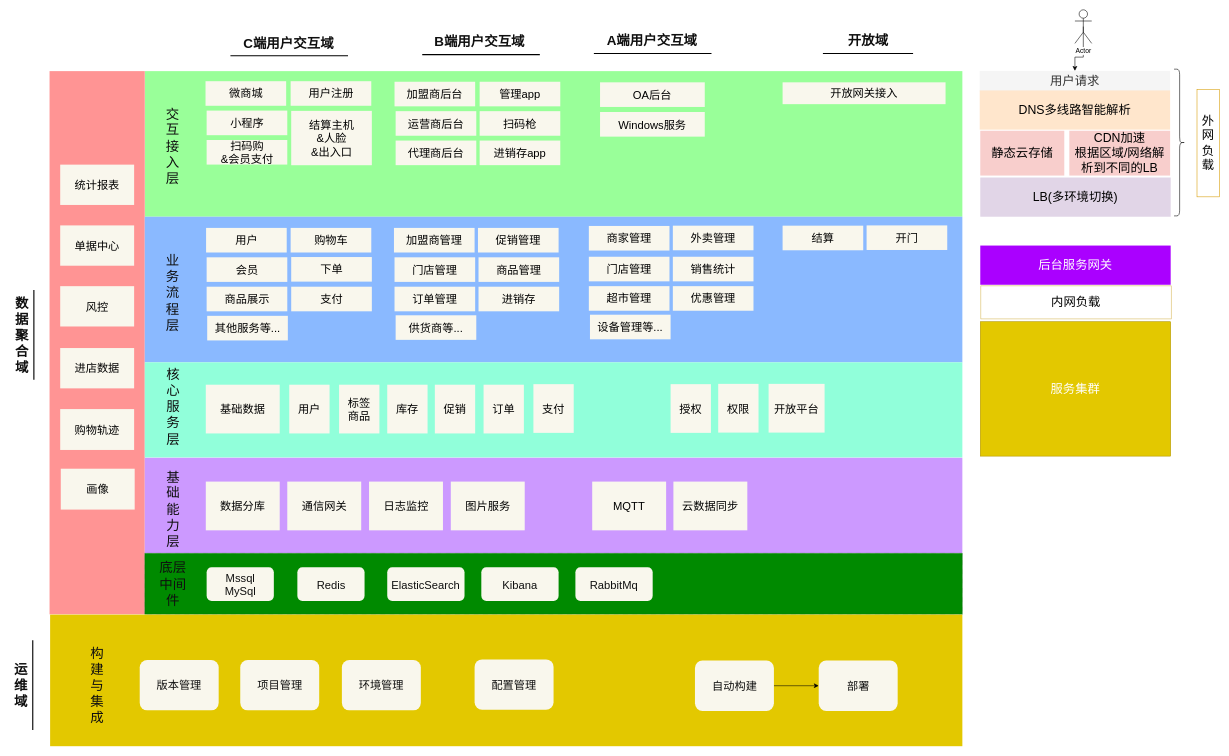
Earlier version of the draw.io diagram page "总体应用结构" (1 of 2) of DrawFiles/新版架构.drawio (Txooo/Txooo.SuperMarket). Source tidied: cells renumbered, new cells numbered last; positions are measured from the earlier drawing's top-left corner, leaving out a move shared by most shapes. Both pictures are drawn from the tidied source at 56%, with x=0, y=0 at pixel (10, 10).
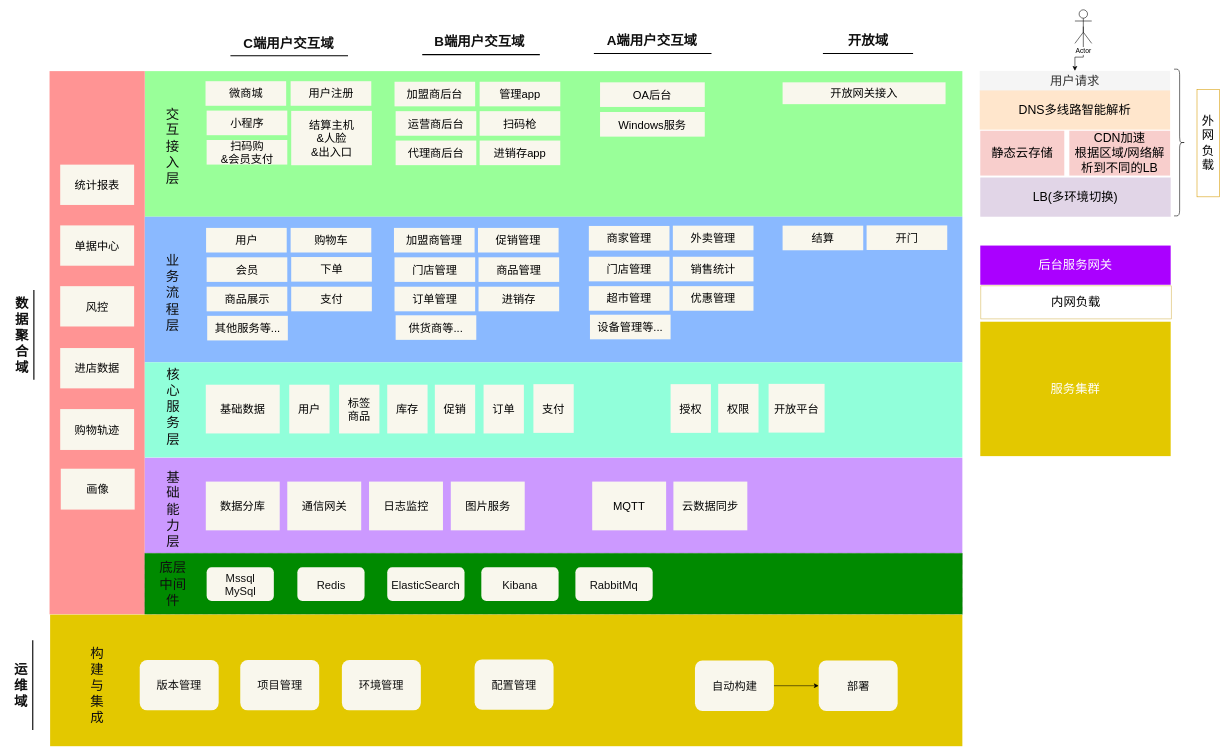
Above is the later version.

Commit message:
更新新版架构.drawio

Change to the diagram source:
```diff
@@
-    <mxCell id="116" value="服务集群" style="rounded=0;whiteSpace=wrap;html=1;fillColor=#e3c800;strokeColor=#B09500;fontSize=22;fontColor=#ffffff;" parent="1" vertex="1">
+    <mxCell id="116" value="服务集群" style="rounded=0;whiteSpace=wrap;html=1;fillColor=#e3c800;strokeColor=none;fontSize=22;fontColor=#ffffff;" parent="1" vertex="1">
       <mxGeometry x="1733" y="557" width="340" height="240" as="geometry" />
     </mxCell>
```
